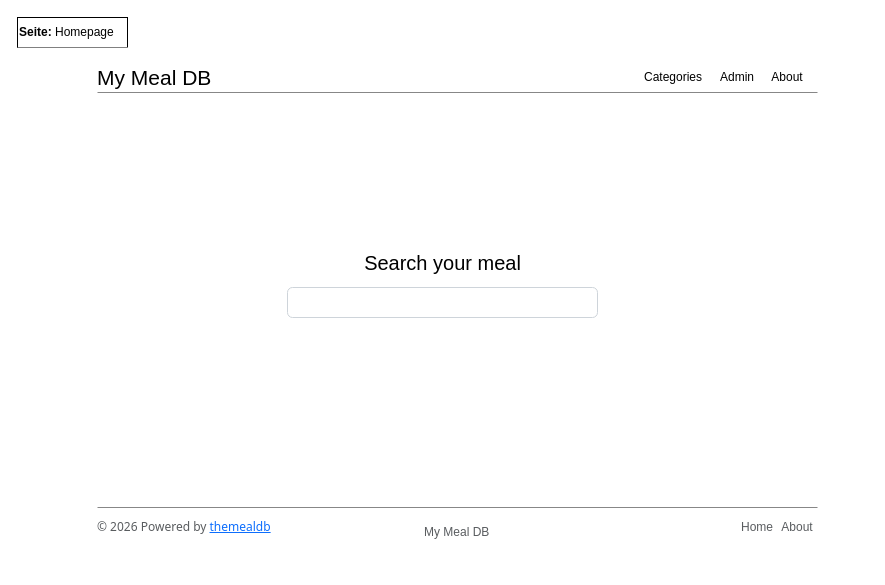
Above: page "Desktop:Homepage" (1 of 7) of Dokumentation/Bildschirme-der-my-meal-db.drawio in MAFernCosta/m294-mymealdb (draw.io), before the change. Source tidied: cells renumbered, new cells numbered last; positions are measured from the earlier drawing's top-left corner, leaving out a move shared by most shapes. Both pictures are drawn from the tidied source at 100%, with x=0, y=0 at pixel (17, 17).
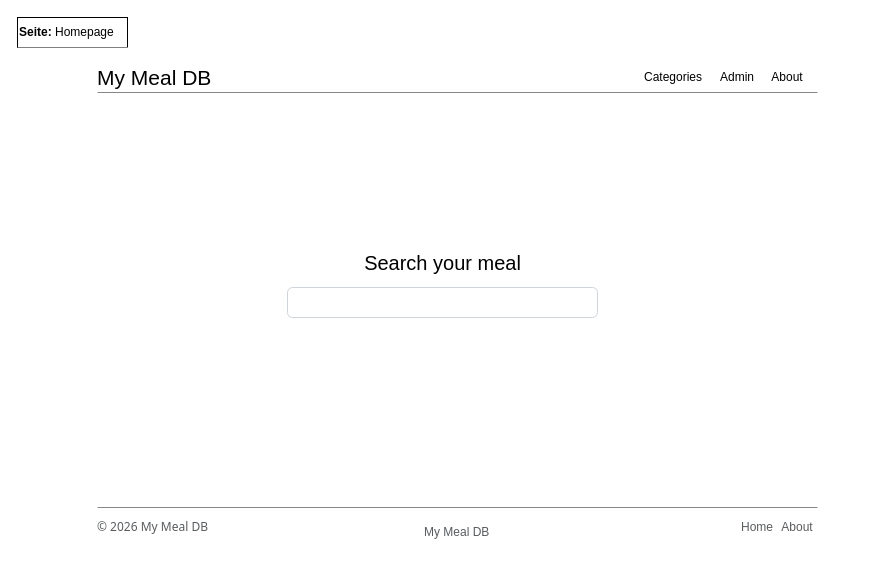
The same diagram, later.

What changed in the source:
```diff
@@
-    <mxCell id="8" value="&lt;font&gt;&lt;span style=&quot;color: rgba(33, 37, 41, 0.75); font-family: system-ui, -apple-system, &amp;quot;Segoe UI&amp;quot;, Roboto, &amp;quot;Helvetica Neue&amp;quot;, &amp;quot;Noto Sans&amp;quot;, &amp;quot;Liberation Sans&amp;quot;, Arial, sans-serif, &amp;quot;Apple Color Emoji&amp;quot;, &amp;quot;Segoe UI Emoji&amp;quot;, &amp;quot;Segoe UI Symbol&amp;quot;, &amp;quot;Noto Color Emoji&amp;quot;; background-color: rgb(255, 255, 255);&quot;&gt;© 2026 Powered by&amp;nbsp;&lt;/span&gt;&lt;a href=&quot;https://www.themealdb.com/&quot; style=&quot;box-sizing: border-box; color: rgb(13, 110, 253); font-family: system-ui, -apple-system, &amp;quot;Segoe UI&amp;quot;, Roboto, &amp;quot;Helvetica Neue&amp;quot;, &amp;quot;Noto Sans&amp;quot;, &amp;quot;Liberation Sans&amp;quot;, Arial, sans-serif, &amp;quot;Apple Color Emoji&amp;quot;, &amp;quot;Segoe UI Emoji&amp;quot;, &amp;quot;Segoe UI Symbol&amp;quot;, &amp;quot;Noto Color Emoji&amp;quot;; background-color: rgb(255, 255, 255);&quot;&gt;themealdb&lt;/a&gt;&lt;/font&gt;" style="text;html=1;align=left;verticalAlign=middle;whiteSpace=wrap;rounded=0;" parent="1" vertex="1">
+    <mxCell id="8" value="&lt;font&gt;&lt;span style=&quot;color: rgba(33, 37, 41, 0.75); font-family: system-ui, -apple-system, &amp;quot;Segoe UI&amp;quot;, Roboto, &amp;quot;Helvetica Neue&amp;quot;, &amp;quot;Noto Sans&amp;quot;, &amp;quot;Liberation Sans&amp;quot;, Arial, sans-serif, &amp;quot;Apple Color Emoji&amp;quot;, &amp;quot;Segoe UI Emoji&amp;quot;, &amp;quot;Segoe UI Symbol&amp;quot;, &amp;quot;Noto Color Emoji&amp;quot;; background-color: rgb(255, 255, 255);&quot;&gt;© 2026 My Meal DB&lt;/span&gt;&lt;/font&gt;" style="text;html=1;align=left;verticalAlign=middle;whiteSpace=wrap;rounded=0;" parent="1" vertex="1">
       <mxGeometry x="78" y="500" width="200" height="20" as="geometry" />
     </mxCell>
```
